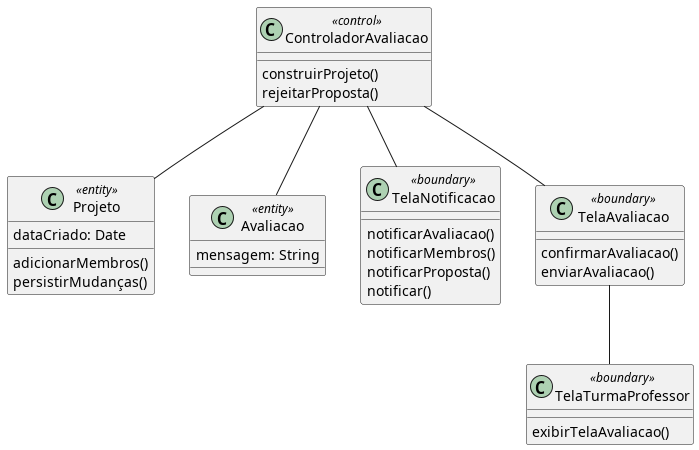
This is diagramas/classe_projeto/avaliar_proposta.png from Pedro-V/projetorium, a PlantUML export, as it was before one commit. The source it was exported from:
```plantuml
@startuml

!includesub base.puml!Projeto
!includesub base.puml!Avaliacao
!includesub base_telas.puml!TelaNotificacao
!includesub base_telas.puml!TelaTurmaProfessor

class TelaAvaliacao <<boundary>> {
  confirmarAvaliacao()
  enviarAvaliacao()
}

class ControladorAvaliacao <<control>> {
  construirProjeto()
  rejeitarProposta()
}

TelaAvaliacao -- TelaTurmaProfessor
ControladorAvaliacao -- TelaAvaliacao
ControladorAvaliacao -- Projeto
ControladorAvaliacao -- Avaliacao
ControladorAvaliacao -- TelaNotificacao

@enduml
```
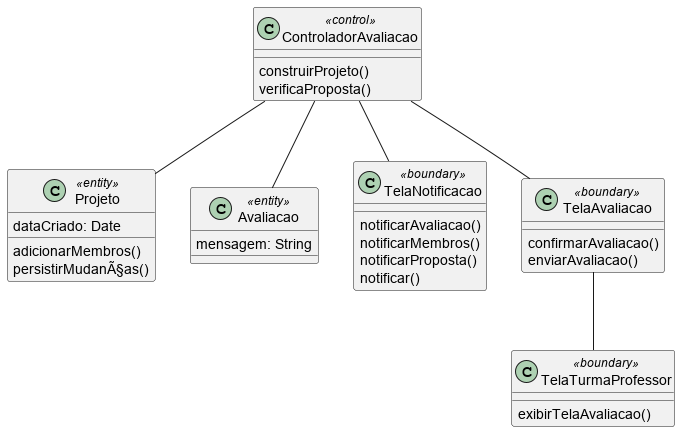
Above is the later version.

What changed in the source:
```diff
@@ -12,7 +12,7 @@
 
 class ControladorAvaliacao <<control>> {
   construirProjeto()
-  rejeitarProposta()
+  verificaProposta()
 }
 
 TelaAvaliacao -- TelaTurmaProfessor
```
